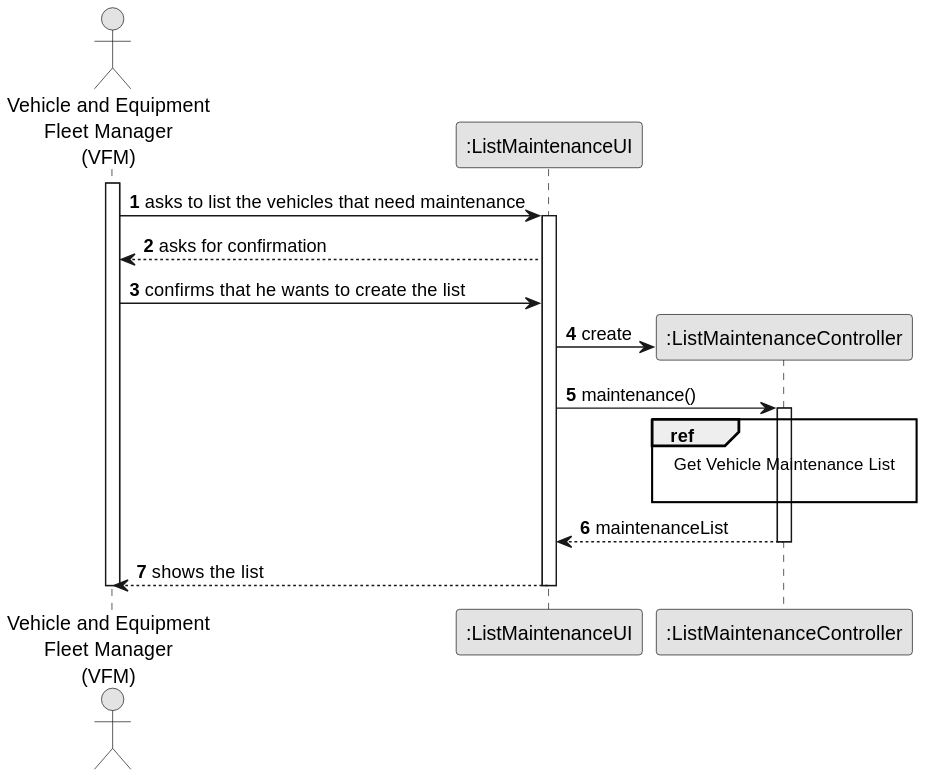
Before: docs/sprintC/us008/03.design/svg/us008-sequence-diagram-split.svg, a diagram exported from PlantUML (diogoveirospro/lei-24-s2-1dg-g072).
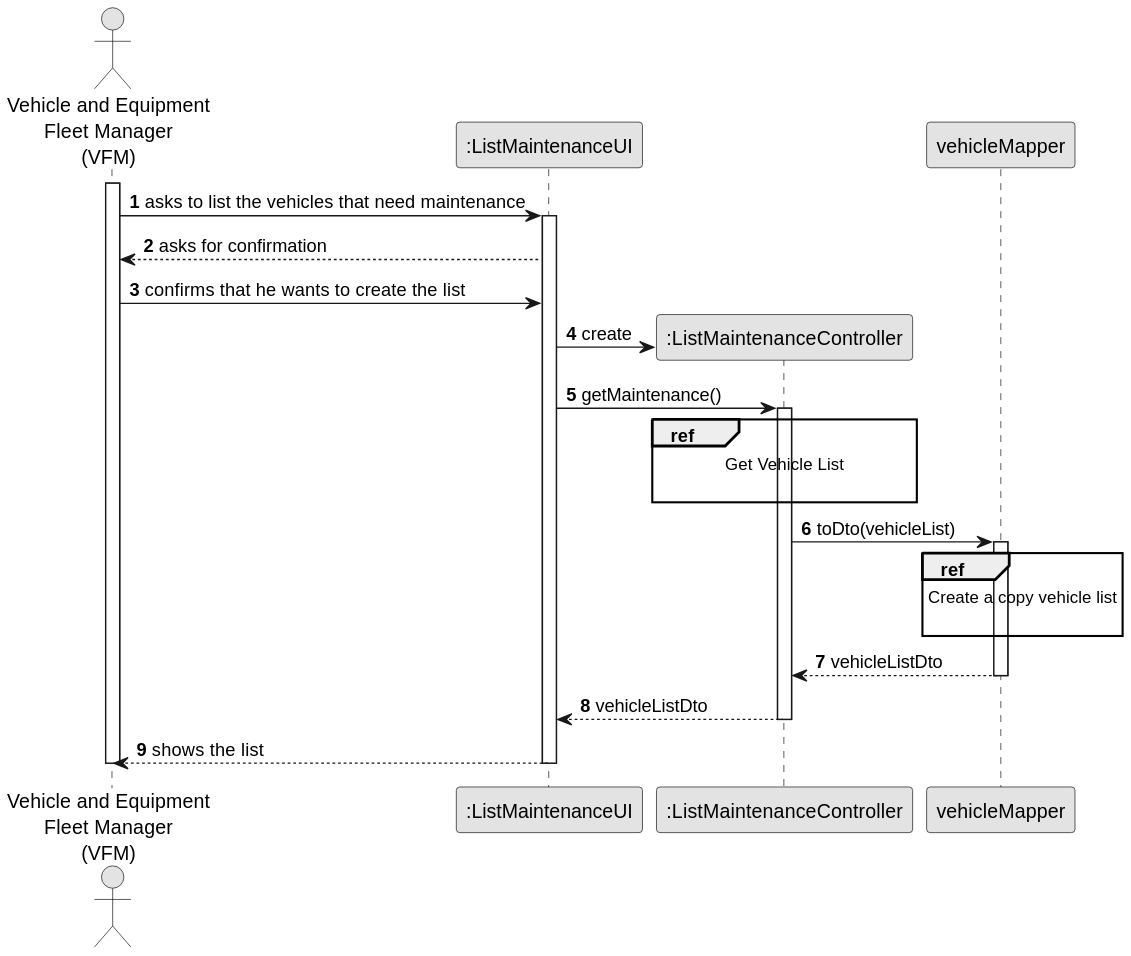
After the change.

Change to the diagram source:
```diff
@@ -8,7 +8,7 @@
 actor "Vehicle and Equipment\nFleet Manager\n(VFM)" as VFM
 participant ":ListMaintenanceUI" as UI
 participant ":ListMaintenanceController" as CTRL
-
+participant "vehicleMapper" as Mapper
 
 activate VFM
 
@@ -20,13 +20,23 @@
 
             VFM -> UI : confirms that he wants to create the list
             UI -> CTRL** : create
-            UI -> CTRL : maintenance()
+            UI -> CTRL : getMaintenance()
             activate CTRL
                     ref over CTRL
-                            Get Vehicle Maintenance List
+                            Get Vehicle List
 
                     end
-            CTRL --> UI: maintenanceList
+                    CTRL -> Mapper : toDto(vehicleList)
+                    activate Mapper
+                            ref over Mapper
+                                    Create a copy vehicle list
+
+                            end
+                            Mapper -->CTRL : vehicleListDto
+                    deactivate Mapper
+
+            CTRL --> UI: vehicleListDto
+
             deactivate CTRL
             UI --> VFM: shows the list
     deactivate UI
```
